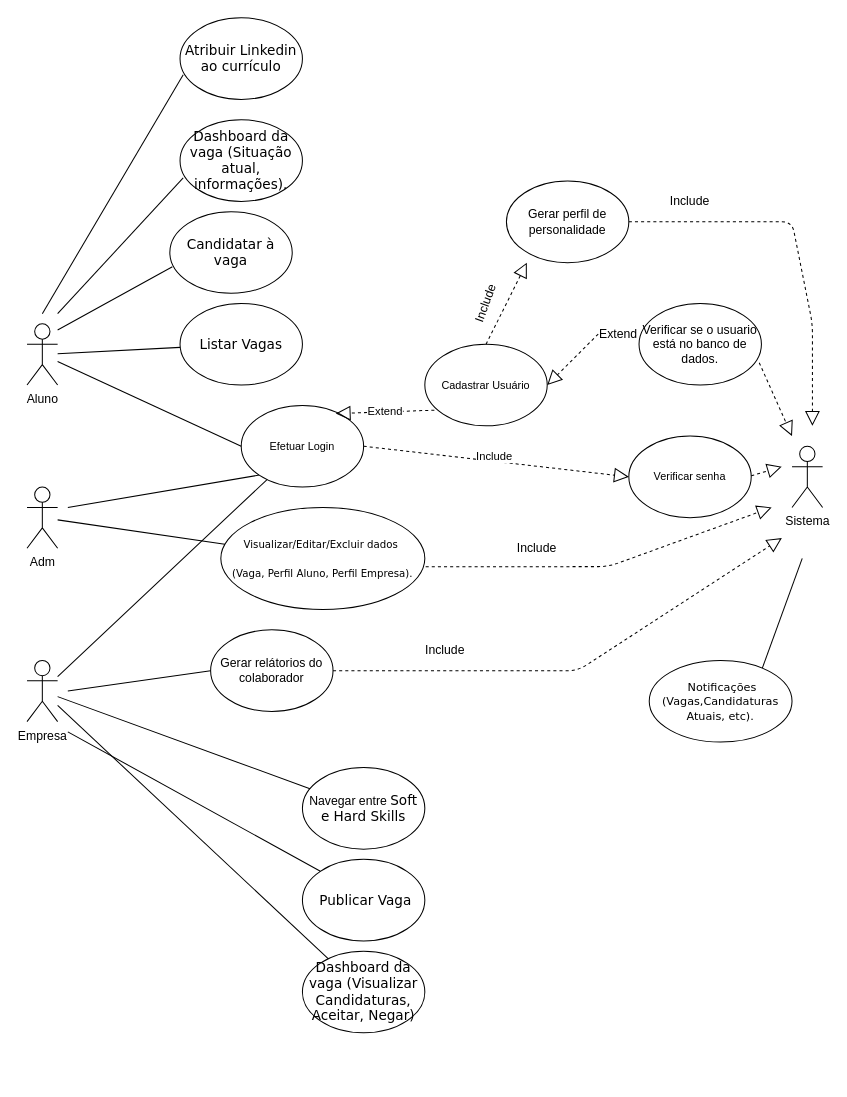
Earlier version of the draw.io diagram Diagramas/DiagramaDeUso.drawio (renansalvino/GoVagas). Source tidied: cells renumbered, new cells numbered last; positions are measured from the earlier drawing's top-left corner, leaving out a move shared by most shapes. Both pictures are drawn from the tidied source at 102%, with x=0, y=0 at pixel (27, 17).
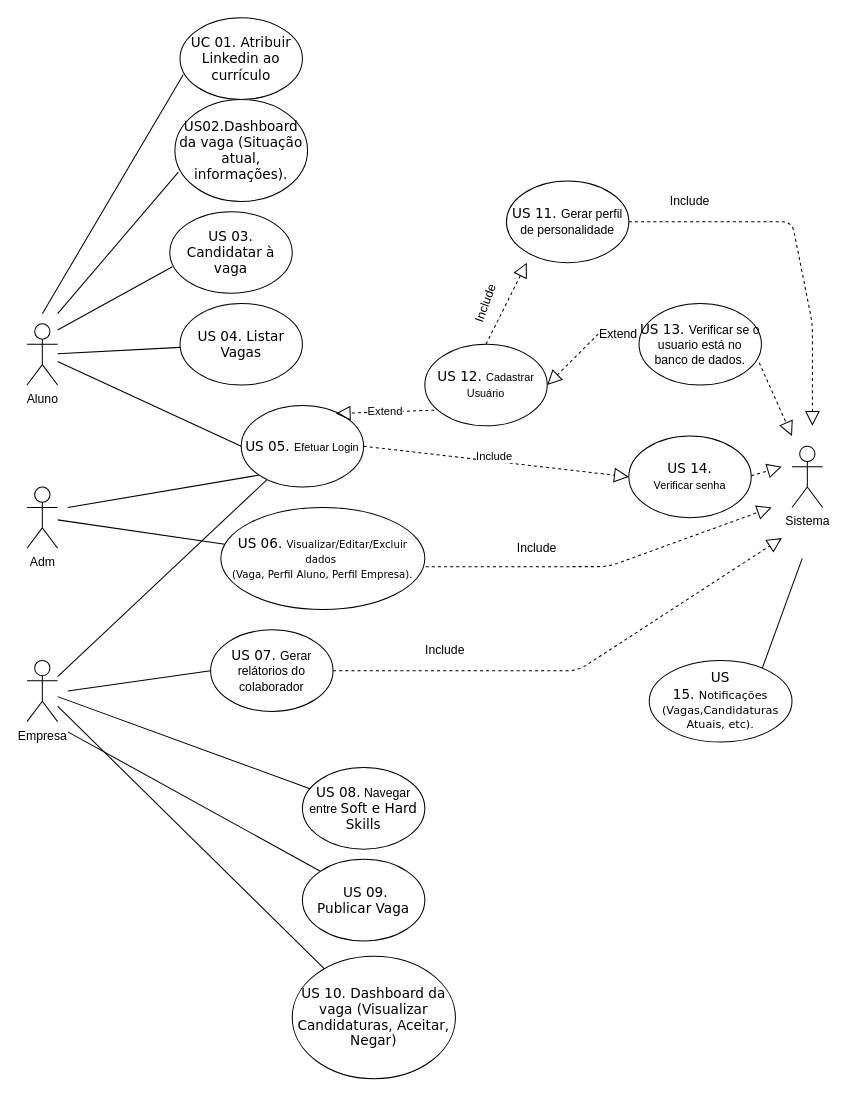
Above is the later version.

Commit message (it also covers changes not shown here):
Adição de diagramas

Change to the diagram source:
```diff
@@
-    <mxCell id="5" value="&lt;span id=&quot;docs-internal-guid-d7ec01bd-7fff-74f7-2026-dffdd2ea399a&quot;&gt;&lt;span style=&quot;font-size: 8pt ; font-family: &amp;#34;arial&amp;#34; ; background-color: transparent ; vertical-align: baseline&quot;&gt;Efetuar Login&lt;/span&gt;&lt;/span&gt;" style="ellipse;whiteSpace=wrap;html=1;" parent="1" vertex="1">
+    <mxCell id="5" value="&lt;span id=&quot;docs-internal-guid-d7ec01bd-7fff-74f7-2026-dffdd2ea399a&quot;&gt;&lt;span style=&quot;font-size: 8pt ; font-family: &amp;#34;arial&amp;#34; ; background-color: transparent ; vertical-align: baseline&quot;&gt;&lt;span style=&quot;font-family: &amp;#34;verdana&amp;#34; , sans-serif ; font-size: 13.3333px&quot;&gt;US 05.&amp;nbsp;&lt;/span&gt;Efetuar Login&lt;/span&gt;&lt;/span&gt;" style="ellipse;whiteSpace=wrap;html=1;" parent="1" vertex="1">
       <mxGeometry x="210" y="380" width="120" height="80" as="geometry" />
     </mxCell>
@@
-    <mxCell id="9" value="&lt;span id=&quot;docs-internal-guid-0180eaf7-7fff-132a-d3db-e5afe8533023&quot;&gt;&lt;span style=&quot;font-size: 8pt ; font-family: &amp;#34;arial&amp;#34; ; background-color: transparent ; vertical-align: baseline&quot;&gt;Cadastrar Usuário&lt;/span&gt;&lt;/span&gt;" style="ellipse;whiteSpace=wrap;html=1;" parent="1" vertex="1">
+    <mxCell id="9" value="&lt;span id=&quot;docs-internal-guid-0180eaf7-7fff-132a-d3db-e5afe8533023&quot;&gt;&lt;span style=&quot;font-size: 8pt ; font-family: &amp;#34;arial&amp;#34; ; background-color: transparent ; vertical-align: baseline&quot;&gt;&lt;span style=&quot;font-family: &amp;#34;verdana&amp;#34; , sans-serif ; font-size: 13.3333px&quot;&gt;US 12.&amp;nbsp;&lt;/span&gt;Cadastrar Usuário&lt;/span&gt;&lt;/span&gt;" style="ellipse;whiteSpace=wrap;html=1;" parent="1" vertex="1">
       <mxGeometry x="390" y="320" width="120" height="80" as="geometry" />
     </mxCell>
-    <mxCell id="10" value="Navegar entre&amp;nbsp;&lt;span lang=&quot;PT&quot; style=&quot;font-size: 10pt ; font-family: &amp;#34;verdana&amp;#34; , sans-serif&quot;&gt;Soft e Hard Skills&lt;/span&gt;" style="ellipse;whiteSpace=wrap;html=1;" parent="1" vertex="1">
+    <mxCell id="10" value="&lt;span style=&quot;font-family: &amp;#34;verdana&amp;#34; , sans-serif ; font-size: 13.3333px&quot;&gt;US 08.&lt;/span&gt;&amp;nbsp;Navegar entre&amp;nbsp;&lt;span lang=&quot;PT&quot; style=&quot;font-size: 10pt ; font-family: &amp;#34;verdana&amp;#34; , sans-serif&quot;&gt;Soft e Hard Skills&lt;/span&gt;" style="ellipse;whiteSpace=wrap;html=1;" parent="1" vertex="1">
       <mxGeometry x="270" y="735" width="120" height="80" as="geometry" />
     </mxCell>
@@
-    <mxCell id="13" value="&lt;span id=&quot;docs-internal-guid-35cf22a5-7fff-3b09-7bd4-6298261893ca&quot;&gt;&lt;p dir=&quot;ltr&quot; style=&quot;line-height: 1.2 ; margin-top: 0pt ; margin-bottom: 0pt&quot;&gt;&lt;span style=&quot;font-size: 8pt ; font-family: &amp;#34;arial&amp;#34; ; background-color: transparent ; vertical-align: baseline&quot;&gt;Verificar senha&lt;/span&gt;&lt;/p&gt;&lt;/span&gt;" style="ellipse;whiteSpace=wrap;html=1;" parent="1" vertex="1">
+    <mxCell id="13" value="&lt;span id=&quot;docs-internal-guid-35cf22a5-7fff-3b09-7bd4-6298261893ca&quot;&gt;&lt;span style=&quot;font-family: &amp;#34;verdana&amp;#34; , sans-serif ; font-size: 13.3333px&quot;&gt;US 14.&lt;/span&gt;&lt;p dir=&quot;ltr&quot; style=&quot;line-height: 1.2 ; margin-top: 0pt ; margin-bottom: 0pt&quot;&gt;&lt;span style=&quot;font-size: 8pt ; font-family: &amp;#34;arial&amp;#34; ; background-color: transparent ; vertical-align: baseline&quot;&gt;Verificar senha&lt;/span&gt;&lt;/p&gt;&lt;/span&gt;" style="ellipse;whiteSpace=wrap;html=1;" parent="1" vertex="1">
       <mxGeometry x="590" y="410" width="120" height="80" as="geometry" />
     </mxCell>
@@
-    <mxCell id="17" value="&lt;span lang=&quot;PT&quot; style=&quot;font-family: &amp;#34;verdana&amp;#34; , sans-serif&quot;&gt;&lt;font style=&quot;font-size: 10px&quot;&gt;Visualizar/Editar/Excluir dados&amp;nbsp;&lt;br&gt;&lt;br&gt;&lt;span lang=&quot;PT&quot; style=&quot;font-family: &amp;#34;verdana&amp;#34; , sans-serif&quot;&gt;(Vaga, Perfil Aluno, Perfil Empresa).&lt;/span&gt;&lt;/font&gt;&lt;br&gt;&lt;/span&gt;" style="ellipse;whiteSpace=wrap;html=1;" parent="1" vertex="1">
+    <mxCell id="17" value="&lt;span lang=&quot;PT&quot; style=&quot;font-family: &amp;#34;verdana&amp;#34; , sans-serif&quot;&gt;&lt;font style=&quot;font-size: 10px&quot;&gt;&lt;span style=&quot;font-size: 13.3333px&quot;&gt;US 06.&amp;nbsp;&lt;/span&gt;Visualizar/Editar/Excluir dados&amp;nbsp;&lt;br&gt;&lt;span lang=&quot;PT&quot; style=&quot;font-family: &amp;#34;verdana&amp;#34; , sans-serif&quot;&gt;(Vaga, Perfil Aluno, Perfil Empresa).&lt;/span&gt;&lt;/font&gt;&lt;br&gt;&lt;/span&gt;" style="ellipse;whiteSpace=wrap;html=1;" parent="1" vertex="1">
       <mxGeometry x="190" y="480" width="200" height="100" as="geometry" />
     </mxCell>
@@
-    <mxCell id="19" value="&lt;span lang=&quot;PT&quot; style=&quot;font-size: 10pt ; font-family: &amp;#34;verdana&amp;#34; , sans-serif&quot;&gt;&amp;nbsp;Publicar Vaga&lt;/span&gt;" style="ellipse;whiteSpace=wrap;html=1;" parent="1" vertex="1">
+    <mxCell id="19" value="&lt;span lang=&quot;PT&quot; style=&quot;font-size: 10pt ; font-family: &amp;#34;verdana&amp;#34; , sans-serif&quot;&gt;&amp;nbsp;&lt;span style=&quot;font-size: 13.3333px&quot;&gt;US 09.&lt;/span&gt;&lt;br&gt;Publicar Vaga&lt;/span&gt;" style="ellipse;whiteSpace=wrap;html=1;" parent="1" vertex="1">
       <mxGeometry x="270" y="825" width="120" height="80" as="geometry" />
     </mxCell>
@@
-    <mxCell id="21" value="&lt;span lang=&quot;PT&quot; style=&quot;font-size: 10pt ; font-family: &amp;#34;verdana&amp;#34; , sans-serif&quot;&gt;Dashboard da vaga (Visualizar Candidaturas, Aceitar, Negar)&lt;/span&gt;" style="ellipse;whiteSpace=wrap;html=1;" parent="1" vertex="1">
-      <mxGeometry x="270" y="915" width="120" height="80" as="geometry" />
+    <mxCell id="21" value="&lt;span lang=&quot;PT&quot; style=&quot;font-size: 10pt ; font-family: &amp;#34;verdana&amp;#34; , sans-serif&quot;&gt;&lt;span style=&quot;font-size: 13.3333px&quot;&gt;US 10.&amp;nbsp;&lt;/span&gt;Dashboard da vaga (Visualizar Candidaturas, Aceitar, Negar)&lt;/span&gt;" style="ellipse;whiteSpace=wrap;html=1;" parent="1" vertex="1">
+      <mxGeometry x="260" y="920" width="160" height="120" as="geometry" />
     </mxCell>
@@
-    <mxCell id="23" value="&lt;span lang=&quot;PT&quot; style=&quot;font-size: 10pt ; font-family: &amp;#34;verdana&amp;#34; , sans-serif&quot;&gt;Listar Vagas&lt;/span&gt;" style="ellipse;whiteSpace=wrap;html=1;" parent="1" vertex="1">
+    <mxCell id="23" value="&lt;span lang=&quot;PT&quot; style=&quot;font-size: 10pt ; font-family: &amp;#34;verdana&amp;#34; , sans-serif&quot;&gt;&lt;span style=&quot;font-size: 13.3333px&quot;&gt;US 04.&amp;nbsp;&lt;/span&gt;Listar Vagas&lt;/span&gt;" style="ellipse;whiteSpace=wrap;html=1;" parent="1" vertex="1">
       <mxGeometry x="150" y="280" width="120" height="80" as="geometry" />
     </mxCell>
@@
-    <mxCell id="25" value="&lt;span lang=&quot;PT&quot; style=&quot;font-size: 10pt ; font-family: &amp;#34;verdana&amp;#34; , sans-serif&quot;&gt;Candidatar à vaga&lt;/span&gt;" style="ellipse;whiteSpace=wrap;html=1;" parent="1" vertex="1">
+    <mxCell id="25" value="&lt;span lang=&quot;PT&quot; style=&quot;font-size: 10pt ; font-family: &amp;#34;verdana&amp;#34; , sans-serif&quot;&gt;US 03. Candidatar à vaga&lt;/span&gt;" style="ellipse;whiteSpace=wrap;html=1;" parent="1" vertex="1">
       <mxGeometry x="140" y="190" width="120" height="80" as="geometry" />
     </mxCell>
@@
-    <mxCell id="27" value="&lt;span lang=&quot;PT&quot; style=&quot;font-size: 10pt ; font-family: &amp;#34;verdana&amp;#34; , sans-serif&quot;&gt;Dashboard da vaga (Situação atual, informações).&lt;/span&gt;" style="ellipse;whiteSpace=wrap;html=1;" parent="1" vertex="1">
-      <mxGeometry x="150" y="100" width="120" height="80" as="geometry" />
+    <mxCell id="27" value="&lt;span lang=&quot;PT&quot; style=&quot;font-size: 10pt ; font-family: &amp;#34;verdana&amp;#34; , sans-serif&quot;&gt;US02.Dashboard da vaga (Situação atual, informações).&lt;/span&gt;" style="ellipse;whiteSpace=wrap;html=1;" parent="1" vertex="1">
+      <mxGeometry x="145" y="80" width="130" height="100" as="geometry" />
     </mxCell>
@@
-    <mxCell id="29" value="&lt;span lang=&quot;PT&quot; style=&quot;font-size: 10pt ; font-family: &amp;#34;verdana&amp;#34; , sans-serif&quot;&gt;Atribuir Linkedin ao currículo&lt;/span&gt;" style="ellipse;whiteSpace=wrap;html=1;" parent="1" vertex="1">
+    <mxCell id="29" value="&lt;span lang=&quot;PT&quot; style=&quot;font-size: 10pt ; font-family: &amp;#34;verdana&amp;#34; , sans-serif&quot;&gt;UC 01. Atribuir Linkedin ao currículo&lt;/span&gt;" style="ellipse;whiteSpace=wrap;html=1;" parent="1" vertex="1">
       <mxGeometry x="150" width="120" height="80" as="geometry" />
     </mxCell>
@@
-    <mxCell id="31" value="Verificar se o usuario está no banco de dados." style="ellipse;whiteSpace=wrap;html=1;" parent="1" vertex="1">
+    <mxCell id="31" value="&lt;span style=&quot;font-family: &amp;#34;verdana&amp;#34; , sans-serif ; font-size: 13.3333px&quot;&gt;US 13.&amp;nbsp;&lt;/span&gt;Verificar se o usuario está no banco de dados." style="ellipse;whiteSpace=wrap;html=1;" parent="1" vertex="1">
       <mxGeometry x="600" y="280" width="120" height="80" as="geometry" />
     </mxCell>
@@
-    <mxCell id="36" value="&lt;span lang=&quot;PT&quot; style=&quot;font-family: &amp;#34;verdana&amp;#34; , sans-serif&quot;&gt;&lt;font style=&quot;font-size: 11px&quot;&gt;&amp;nbsp;Notificações (Vagas,Candidaturas&lt;br&gt;Atuais, etc).&lt;/font&gt;&lt;/span&gt;" style="text;html=1;strokeColor=none;fillColor=none;align=center;verticalAlign=middle;whiteSpace=wrap;rounded=0;" parent="1" vertex="1">
+    <mxCell id="36" value="&lt;span lang=&quot;PT&quot; style=&quot;font-family: &amp;#34;verdana&amp;#34; , sans-serif&quot;&gt;&lt;font style=&quot;font-size: 11px&quot;&gt;&lt;span style=&quot;font-size: 13.3333px&quot;&gt;US 15.&amp;nbsp;&lt;/span&gt;Notificações (Vagas,Candidaturas&lt;br&gt;Atuais, etc).&lt;/font&gt;&lt;/span&gt;" style="text;html=1;strokeColor=none;fillColor=none;align=center;verticalAlign=middle;whiteSpace=wrap;rounded=0;" parent="1" vertex="1">
       <mxGeometry x="660" y="660" width="40" height="20" as="geometry" />
     </mxCell>
@@
-    <mxCell id="38" value="Gerar perfil de personalidade" style="ellipse;whiteSpace=wrap;html=1;" parent="1" vertex="1">
+    <mxCell id="38" value="&lt;span style=&quot;font-family: &amp;#34;verdana&amp;#34; , sans-serif ; font-size: 13.3333px&quot;&gt;US 11.&amp;nbsp;&lt;/span&gt;Gerar perfil de personalidade" style="ellipse;whiteSpace=wrap;html=1;" parent="1" vertex="1">
       <mxGeometry x="470" y="160" width="120" height="80" as="geometry" />
     </mxCell>
@@
-    <mxCell id="44" value="Gerar relátorios do colaborador" style="ellipse;whiteSpace=wrap;html=1;" parent="1" vertex="1">
+    <mxCell id="44" value="&lt;span style=&quot;font-family: &amp;#34;verdana&amp;#34; , sans-serif ; font-size: 13.3333px&quot;&gt;US 07.&amp;nbsp;&lt;/span&gt;Gerar relátorios do colaborador" style="ellipse;whiteSpace=wrap;html=1;" parent="1" vertex="1">
       <mxGeometry x="180" y="600" width="120" height="80" as="geometry" />
     </mxCell>
```
